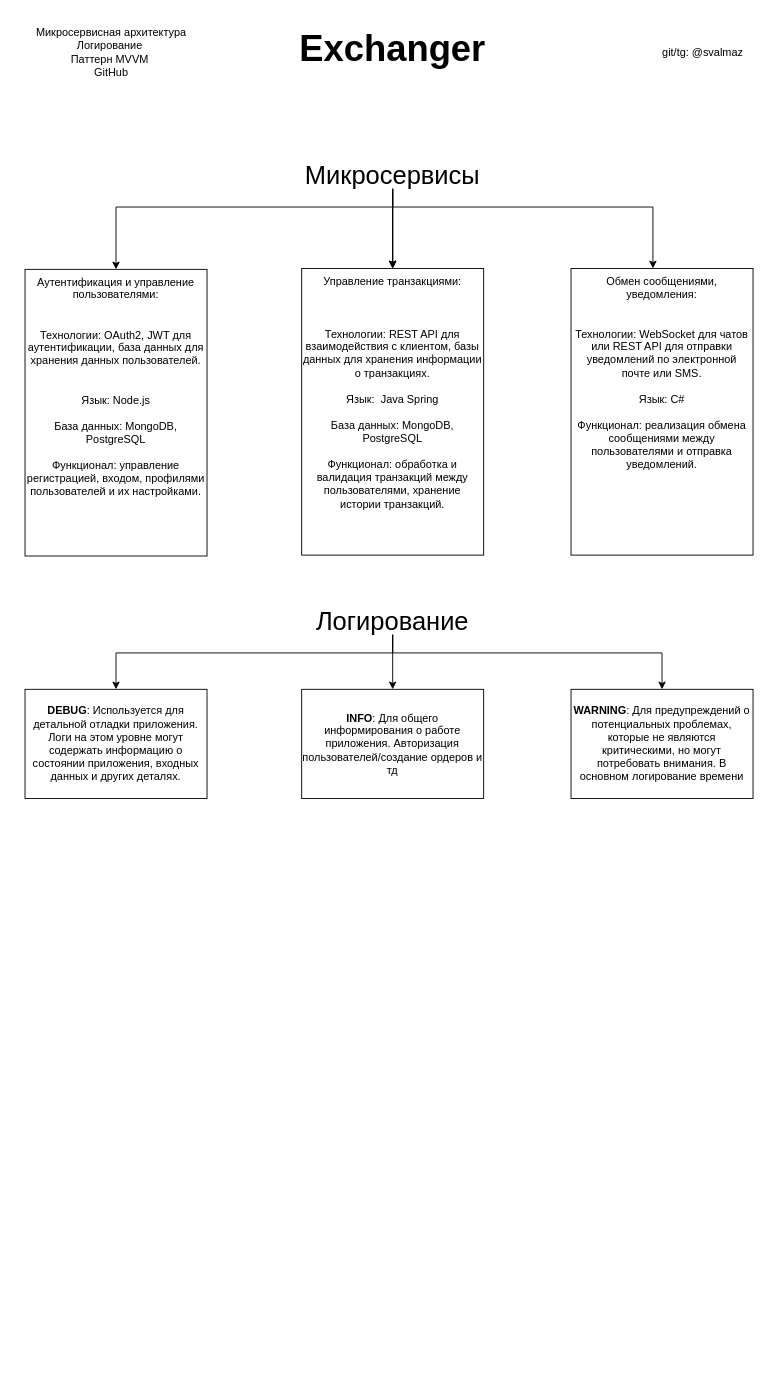
This is exchanger1.drawio from svalmaz/exchanger, a draw.io file, before an edit. Source tidied: cells renumbered, new cells numbered last; positions are measured from the earlier drawing's top-left corner, leaving out a move shared by most shapes. Both pictures are drawn from the tidied source at 91%, with x=0, y=0 at pixel (15, 15).
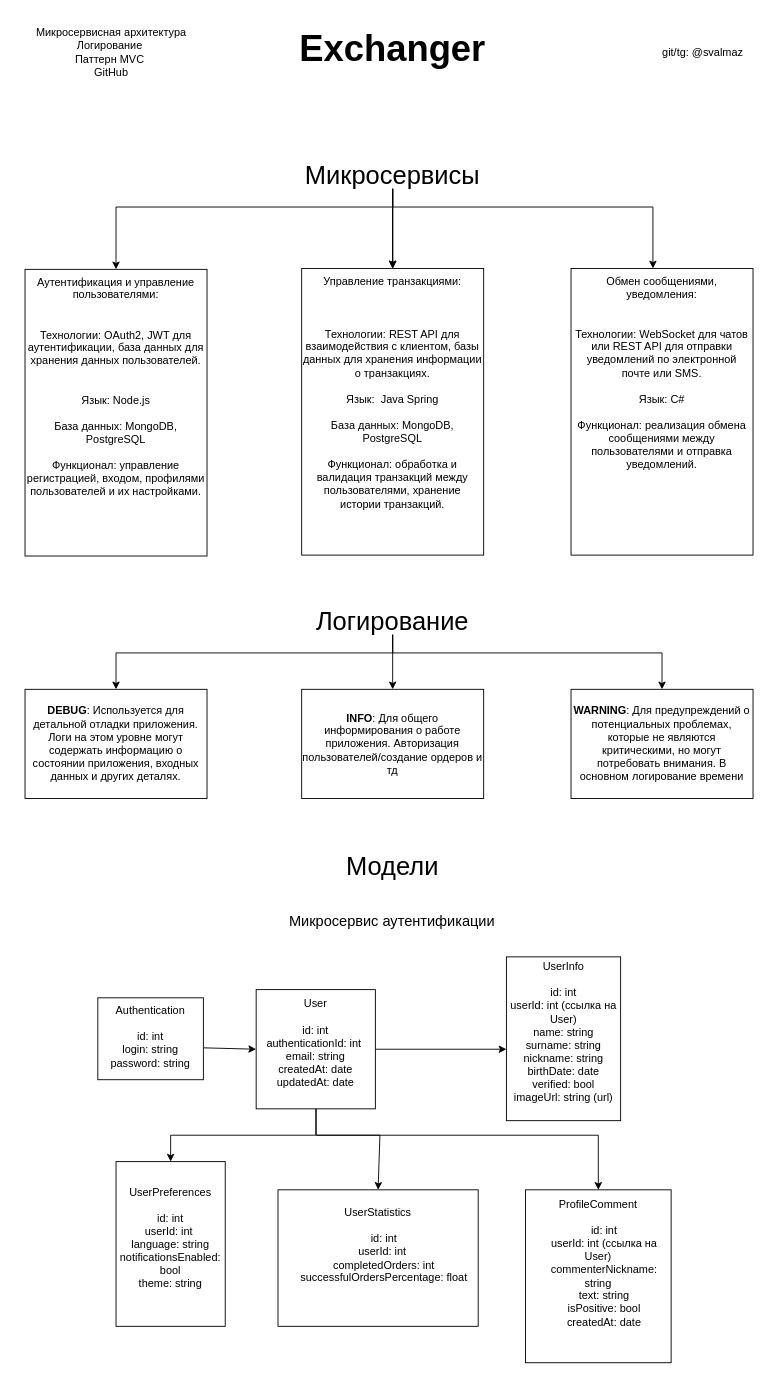
After the change.

Commit message:
Модель аутентификации

The edit, as a diff of the source:
```diff
@@
-    <mxCell id="3" value="Микросервисная архитектура&lt;div&gt;Логирование&amp;nbsp;&lt;/div&gt;&lt;div&gt;Паттерн MVVM&amp;nbsp;&lt;/div&gt;&lt;div&gt;GitHub&lt;/div&gt;" style="text;html=1;align=center;verticalAlign=middle;whiteSpace=wrap;rounded=0;" parent="1" vertex="1">
+    <mxCell id="3" value="Микросервисная архитектура&lt;div&gt;Логирование&amp;nbsp;&lt;/div&gt;&lt;div&gt;Паттерн MVC&amp;nbsp;&lt;/div&gt;&lt;div&gt;GitHub&lt;/div&gt;" style="text;html=1;align=center;verticalAlign=middle;whiteSpace=wrap;rounded=0;" parent="1" vertex="1">
       <mxGeometry width="210" height="80" as="geometry" />
     </mxCell>
@@
+    <mxCell id="21" value="&lt;font style=&quot;font-size: 28px;&quot;&gt;Модели&lt;/font&gt;" style="text;html=1;align=center;verticalAlign=middle;whiteSpace=wrap;rounded=0;" parent="1" vertex="1">
+      <mxGeometry x="384" y="920" width="60" height="30" as="geometry" />
+    </mxCell>
+    <mxCell id="22" value="&lt;font style=&quot;font-size: 16px;&quot;&gt;Микросервис аутентификации&lt;/font&gt;" style="text;html=1;align=center;verticalAlign=middle;whiteSpace=wrap;rounded=0;" parent="1" vertex="1">
+      <mxGeometry x="288" y="980" width="251" height="30" as="geometry" />
+    </mxCell>
+    <mxCell id="23" value="Authentication&lt;br&gt;&lt;br&gt;    id: int&lt;br&gt;    login: string&lt;br&gt;    password: string&lt;div&gt;&lt;br&gt;&lt;/div&gt;" style="whiteSpace=wrap;html=1;align=center;verticalAlign=top;" parent="1" vertex="1">
+      <mxGeometry x="90" y="1079" width="116" height="90" as="geometry" />
+    </mxCell>
+    <mxCell id="24" style="edgeStyle=orthogonalEdgeStyle;rounded=0;jettySize=auto;html=1;" parent="1" edge="1" source="27" target="29">
+      <mxGeometry relative="1" as="geometry">
+        <Array as="points">
+          <mxPoint x="330" y="1230" />
+          <mxPoint x="170" y="1230" />
+        </Array>
+      </mxGeometry>
+    </mxCell>
+    <mxCell id="25" style="edgeStyle=orthogonalEdgeStyle;rounded=0;jettySize=auto;html=1;" parent="1" edge="1" source="27" target="28">
+      <mxGeometry relative="1" as="geometry">
+        <Array as="points">
+          <mxPoint x="500" y="1136" />
+          <mxPoint x="500" y="1136" />
+        </Array>
+      </mxGeometry>
+    </mxCell>
+    <mxCell id="26" style="edgeStyle=orthogonalEdgeStyle;rounded=0;jettySize=auto;html=1;" parent="1" edge="1" target="33">
+      <mxGeometry relative="1" as="geometry">
+        <mxPoint x="330" y="1200" as="sourcePoint" />
+        <Array as="points">
+          <mxPoint x="330" y="1230" />
+          <mxPoint x="640" y="1230" />
+        </Array>
+      </mxGeometry>
+    </mxCell>
+    <mxCell id="27" value="User&lt;br&gt;&lt;br&gt;    id: int&lt;br&gt;    authenticationId: int&amp;nbsp;&lt;br&gt;    email: string&lt;br&gt;    createdAt: date&lt;br&gt;    updatedAt: date&lt;div&gt;&lt;br&gt;&lt;/div&gt;" style="rounded=0;whiteSpace=wrap;html=1;align=center;" parent="1" vertex="1">
+      <mxGeometry x="264" y="1070" width="131" height="131" as="geometry" />
+    </mxCell>
+    <mxCell id="28" value="UserInfo&lt;br&gt;&lt;br&gt;    id: int&lt;br&gt;    userId: int (ссылка на User)&lt;br&gt;    name: string&lt;br&gt;    surname: string&lt;br&gt;    nickname: string&lt;br&gt;    birthDate: date&lt;br&gt;    verified: bool&lt;br&gt;    imageUrl: string (url)&lt;div&gt;&lt;br/&gt;&lt;/div&gt;" style="rounded=0;whiteSpace=wrap;html=1;" parent="1" vertex="1">
+      <mxGeometry x="539" y="1034" width="125.5" height="180" as="geometry" />
+    </mxCell>
+    <mxCell id="29" value="UserPreferences&lt;br&gt;&lt;br&gt;    id: int&lt;br&gt;    userId: int&amp;nbsp;&lt;br&gt;    language: string&lt;br&gt;    notificationsEnabled: bool&lt;br&gt;    theme: string&lt;div&gt;&lt;br&gt;&lt;/div&gt;" style="rounded=0;whiteSpace=wrap;html=1;" parent="1" vertex="1">
+      <mxGeometry x="110" y="1259" width="120" height="181" as="geometry" />
+    </mxCell>
+    <mxCell id="30" style="endArrow=classic;html=1;rounded=0;entryX=0;entryY=0.5;entryDx=0;entryDy=0;exitX=1.006;exitY=0.611;exitDx=0;exitDy=0;exitPerimeter=0;" parent="1" edge="1" source="23" target="27">
+      <mxGeometry relative="1" as="geometry" />
+    </mxCell>
+    <mxCell id="31" value="&lt;div&gt;UserStatistics&lt;/div&gt;&lt;div&gt;&lt;br&gt;&lt;/div&gt;&lt;div&gt;&amp;nbsp; &amp;nbsp; id: int&lt;/div&gt;&lt;div&gt;&amp;nbsp; &amp;nbsp; userId: int&amp;nbsp;&lt;/div&gt;&lt;div&gt;&amp;nbsp; &amp;nbsp; completedOrders: int&lt;/div&gt;&lt;div&gt;&amp;nbsp; &amp;nbsp; successfulOrdersPercentage: float&lt;/div&gt;&lt;div&gt;&lt;br&gt;&lt;/div&gt;&lt;div&gt;&lt;br&gt;&lt;/div&gt;" style="rounded=0;whiteSpace=wrap;html=1;align=center;" parent="1" vertex="1">
+      <mxGeometry x="288" y="1290" width="220" height="150" as="geometry" />
+    </mxCell>
+    <mxCell id="32" style="endArrow=classic;html=1;rounded=0;entryX=0.5;entryY=0;entryDx=0;entryDy=0;" parent="1" edge="1" target="31">
+      <mxGeometry relative="1" as="geometry">
+        <mxPoint x="330" y="1230" as="sourcePoint" />
+        <Array as="points">
+          <mxPoint x="400" y="1230" />
+        </Array>
+      </mxGeometry>
+    </mxCell>
+    <mxCell id="33" value="&lt;div&gt;ProfileComment&lt;/div&gt;&lt;div&gt;&lt;br&gt;&lt;/div&gt;&lt;div&gt;&amp;nbsp; &amp;nbsp; id: int&lt;/div&gt;&lt;div&gt;&amp;nbsp; &amp;nbsp; userId: int (ссылка на User)&lt;/div&gt;&lt;div&gt;&amp;nbsp; &amp;nbsp; commenterNickname: string&lt;/div&gt;&lt;div&gt;&amp;nbsp; &amp;nbsp; text: string&lt;/div&gt;&lt;div&gt;&amp;nbsp; &amp;nbsp; isPositive: bool&lt;/div&gt;&lt;div&gt;&amp;nbsp; &amp;nbsp; createdAt: date&lt;/div&gt;&lt;div&gt;&lt;br&gt;&lt;/div&gt;&lt;div&gt;&lt;br&gt;&lt;/div&gt;" style="whiteSpace=wrap;html=1;rounded=0;" parent="1" vertex="1">
+      <mxGeometry x="560" y="1290" width="160" height="190" as="geometry" />
+    </mxCell>
```
